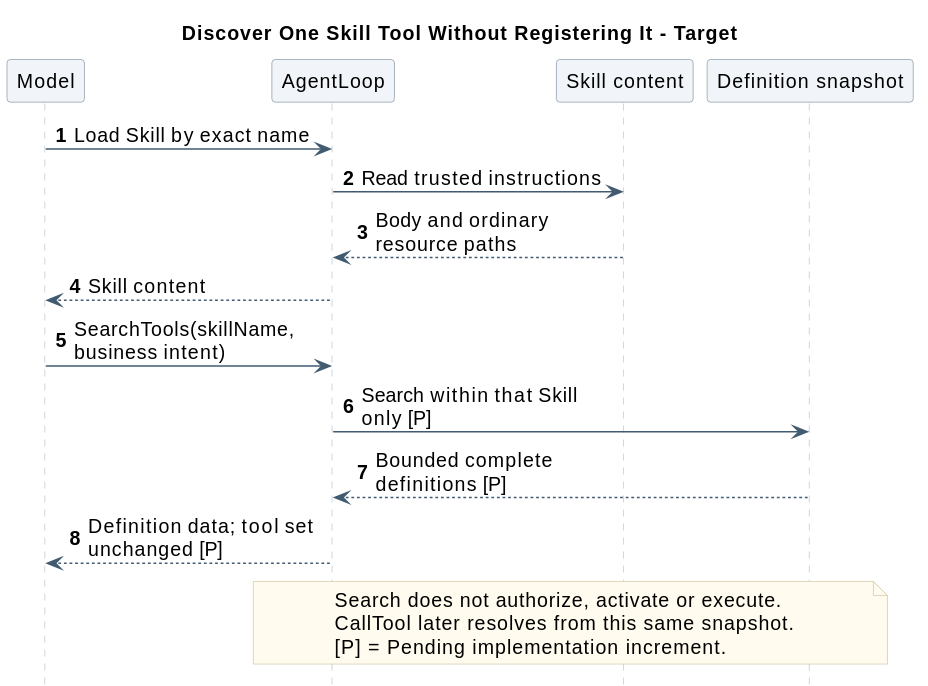
ssm0808/pi-mono-java-design keeps this PlantUML diagram as 01-总体架构/02-CampusClaw工具系统/skill_tool_search.svg. Above is the earlier version.
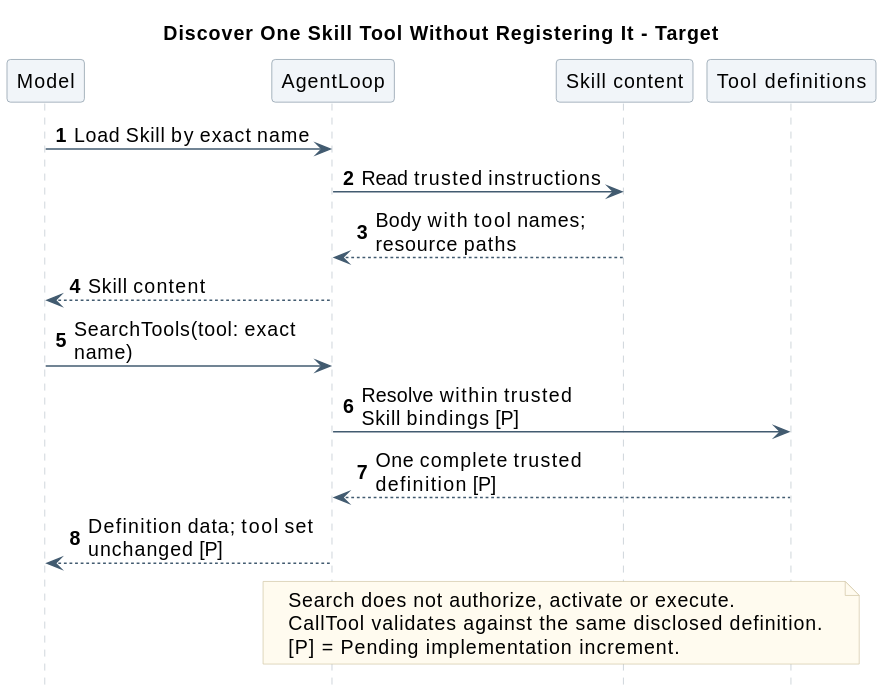
After the commit.

Diff of the diagram source:
```diff
@@ -20,18 +20,18 @@
 participant Model
 participant AgentLoop as Loop
 participant "Skill content" as Skill
-participant "Definition snapshot" as Catalog
+participant "Tool definitions" as Catalog
 Model -> Loop : Load Skill by exact name
 Loop -> Skill : Read trusted instructions
-Skill --> Loop : Body and ordinary resource paths
+Skill --> Loop : Body with tool names; resource paths
 Loop --> Model : Skill content
-Model -> Loop : SearchTools(skillName, business intent)
-Loop -> Catalog : Search within that Skill only [P]
-Catalog --> Loop : Bounded complete definitions [P]
+Model -> Loop : SearchTools(tool: exact name)
+Loop -> Catalog : Resolve within trusted Skill bindings [P]
+Catalog --> Loop : One complete trusted definition [P]
 Loop --> Model : Definition data; tool set unchanged [P]
 note over Loop,Catalog
   Search does not authorize, activate or execute.
-  CallTool later resolves from this same snapshot.
+  CallTool validates against the same disclosed definition.
   [P] = Pending implementation increment.
 end note
 @enduml
```
